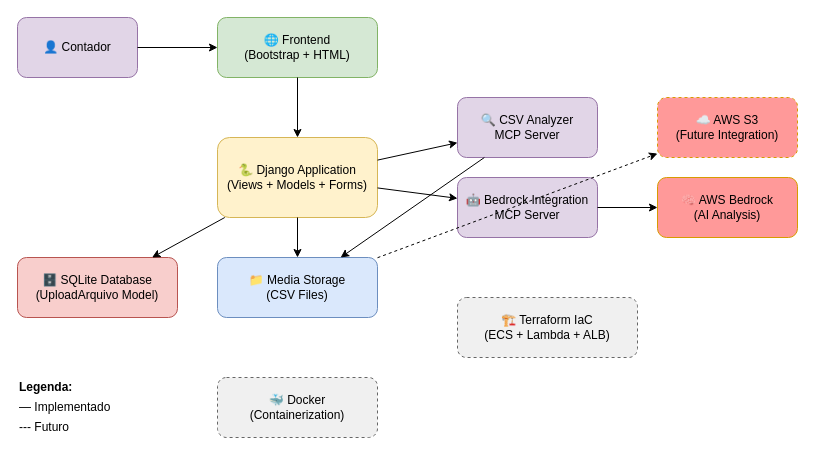
This is docs/architecture/architecture-diagram.drawio from oVitorio-ac/ContAI-Finance, a draw.io file, before an edit. Source tidied: cells renumbered, new cells numbered last; positions are measured from the earlier drawing's top-left corner, leaving out a move shared by most shapes. Both pictures are drawn from the tidied source at 100%, with x=0, y=0 at pixel (17, 17).
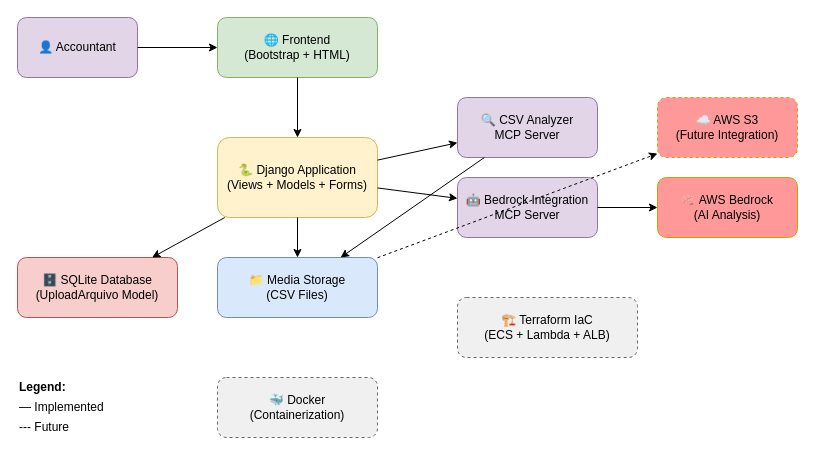
The same diagram, later.

The edit, as a diff of the source:
```diff
@@
-    <mxCell id="2" value="👤 Contador" style="rounded=1;whiteSpace=wrap;html=1;fillColor=#e1d5e7;strokeColor=#9673a6;" parent="1" vertex="1">
+    <mxCell id="2" value="👤 Accountant" style="rounded=1;whiteSpace=wrap;html=1;fillColor=#e1d5e7;strokeColor=#9673a6;" parent="1" vertex="1">
       <mxGeometry width="120" height="60" as="geometry" />
     </mxCell>
@@
-    <mxCell id="22" value="Legenda:" style="text;html=1;strokeColor=none;fillColor=none;align=left;verticalAlign=middle;whiteSpace=wrap;rounded=0;fontStyle=1;" parent="1" vertex="1">
+    <mxCell id="22" value="Legend:" style="text;html=1;strokeColor=none;fillColor=none;align=left;verticalAlign=middle;whiteSpace=wrap;rounded=0;fontStyle=1;" parent="1" vertex="1">
       <mxGeometry y="360" width="60" height="20" as="geometry" />
     </mxCell>
-    <mxCell id="23" value="— Implementado" style="text;html=1;strokeColor=none;fillColor=none;align=left;verticalAlign=middle;whiteSpace=wrap;rounded=0;" parent="1" vertex="1">
+    <mxCell id="23" value="— Implemented" style="text;html=1;strokeColor=none;fillColor=none;align=left;verticalAlign=middle;whiteSpace=wrap;rounded=0;" parent="1" vertex="1">
       <mxGeometry y="380" width="100" height="20" as="geometry" />
     </mxCell>
-    <mxCell id="24" value="--- Futuro" style="text;html=1;strokeColor=none;fillColor=none;align=left;verticalAlign=middle;whiteSpace=wrap;rounded=0;dashed=1;" parent="1" vertex="1">
+    <mxCell id="24" value="--- Future" style="text;html=1;strokeColor=none;fillColor=none;align=left;verticalAlign=middle;whiteSpace=wrap;rounded=0;dashed=1;" parent="1" vertex="1">
       <mxGeometry y="400" width="100" height="20" as="geometry" />
     </mxCell>
```
